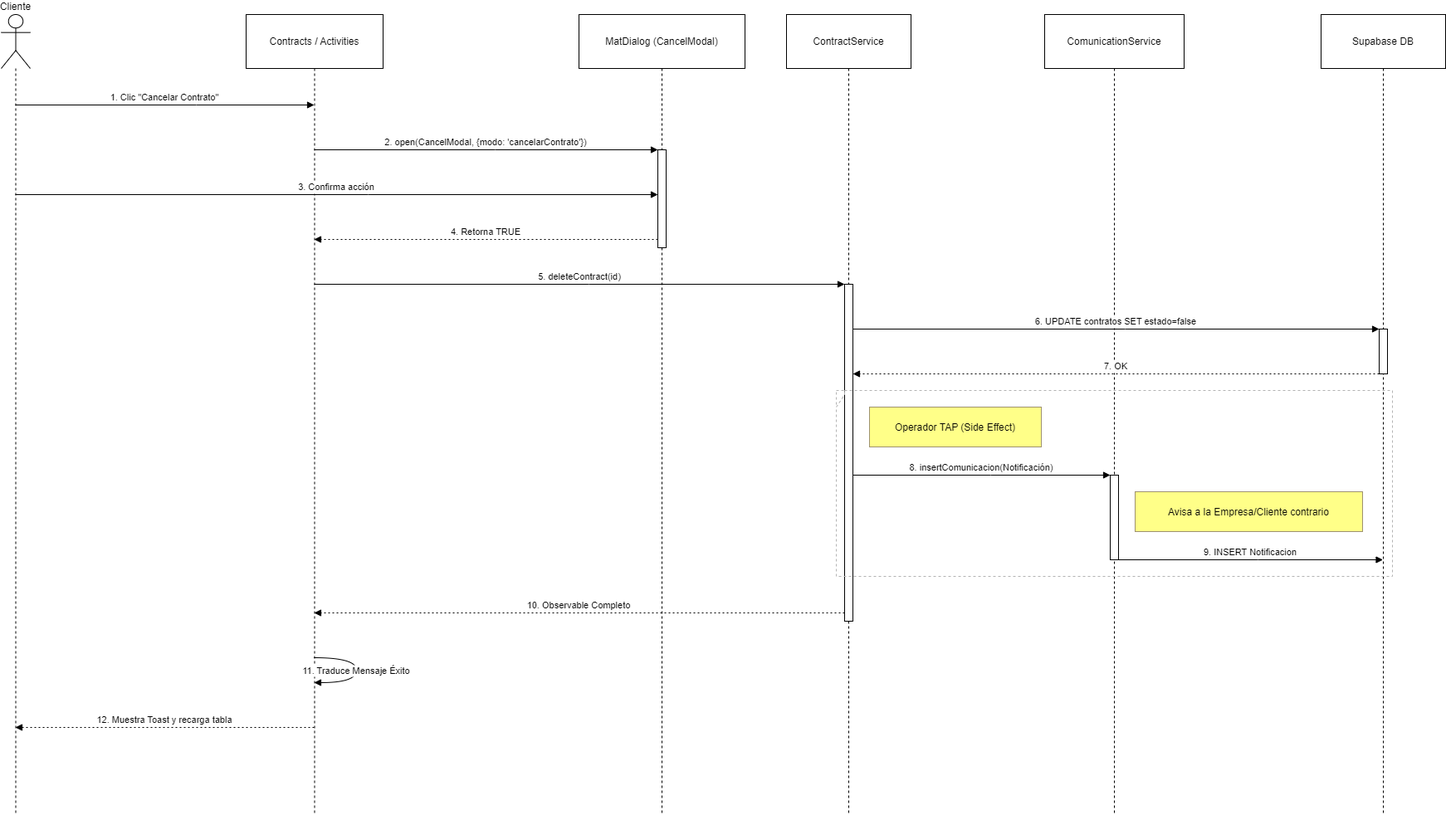
Before: docs/diagramas/secuencias/cancelar_contrato.drawio.png, a diagram exported from draw.io (egilp04/TFG_Cuidados). Source tidied: cells renumbered, new cells last; positions are measured from the earlier drawing's top-left corner, leaving out a move shared by most shapes. Source of this version:
```xml
<mxGraphModel>
  <root>
    <mxCell id="0" />
    <mxCell id="1" parent="0" />
    <mxCell id="2" value="Cliente" style="shape=umlLifeline;perimeter=lifelinePerimeter;whiteSpace=wrap;outlineConnect=0;portConstraint=eastwest;newEdgeStyle={&quot;edgeStyle&quot;:&quot;elbowEdgeStyle&quot;,&quot;elbow&quot;:&quot;vertical&quot;,&quot;curved&quot;:0,&quot;rounded&quot;:0};participant=umlActor;verticalAlign=bottom;labelPosition=center;verticalLabelPosition=top;align=center;size=65;" parent="1" vertex="1">
      <mxGeometry width="35" height="964" as="geometry" />
    </mxCell>
    <mxCell id="3" value="Contracts / Activities" style="shape=umlLifeline;perimeter=lifelinePerimeter;whiteSpace=wrap;outlineConnect=0;portConstraint=eastwest;newEdgeStyle={&quot;edgeStyle&quot;:&quot;elbowEdgeStyle&quot;,&quot;elbow&quot;:&quot;vertical&quot;,&quot;curved&quot;:0,&quot;rounded&quot;:0};size=65;" parent="1" vertex="1">
      <mxGeometry x="295" width="165" height="964" as="geometry" />
    </mxCell>
    <mxCell id="4" value="MatDialog (CancelModal)" style="shape=umlLifeline;perimeter=lifelinePerimeter;whiteSpace=wrap;newEdgeStyle={&quot;edgeStyle&quot;:&quot;elbowEdgeStyle&quot;,&quot;elbow&quot;:&quot;vertical&quot;,&quot;curved&quot;:0,&quot;rounded&quot;:0};size=65;" parent="1" vertex="1">
      <mxGeometry x="696" width="200" height="964" as="geometry" />
    </mxCell>
    <mxCell id="5" style="points=[];perimeter=orthogonalPerimeter;outlineConnect=0;targetShapes=umlLifeline;portConstraint=eastwest;newEdgeStyle={&quot;edgeStyle&quot;:&quot;elbowEdgeStyle&quot;,&quot;elbow&quot;:&quot;vertical&quot;,&quot;curved&quot;:0,&quot;rounded&quot;:0};" parent="4" vertex="1">
      <mxGeometry x="95" y="163" width="10" height="118" as="geometry" />
    </mxCell>
    <mxCell id="6" value="ContractService" style="shape=umlLifeline;perimeter=lifelinePerimeter;whiteSpace=wrap;newEdgeStyle={&quot;edgeStyle&quot;:&quot;elbowEdgeStyle&quot;,&quot;elbow&quot;:&quot;vertical&quot;,&quot;curved&quot;:0,&quot;rounded&quot;:0};size=65;" parent="1" vertex="1">
      <mxGeometry x="946" width="150" height="964" as="geometry" />
    </mxCell>
    <mxCell id="7" style="points=[];perimeter=orthogonalPerimeter;outlineConnect=0;targetShapes=umlLifeline;portConstraint=eastwest;newEdgeStyle={&quot;edgeStyle&quot;:&quot;elbowEdgeStyle&quot;,&quot;elbow&quot;:&quot;vertical&quot;,&quot;curved&quot;:0,&quot;rounded&quot;:0};" parent="6" vertex="1">
      <mxGeometry x="70" y="325" width="10" height="406" as="geometry" />
    </mxCell>
    <mxCell id="8" value="ComunicationService" style="shape=umlLifeline;perimeter=lifelinePerimeter;whiteSpace=wrap;newEdgeStyle={&quot;edgeStyle&quot;:&quot;elbowEdgeStyle&quot;,&quot;elbow&quot;:&quot;vertical&quot;,&quot;curved&quot;:0,&quot;rounded&quot;:0};size=65;" parent="1" vertex="1">
      <mxGeometry x="1257" width="168" height="964" as="geometry" />
    </mxCell>
    <mxCell id="9" style="points=[];perimeter=orthogonalPerimeter;outlineConnect=0;targetShapes=umlLifeline;portConstraint=eastwest;newEdgeStyle={&quot;edgeStyle&quot;:&quot;elbowEdgeStyle&quot;,&quot;elbow&quot;:&quot;vertical&quot;,&quot;curved&quot;:0,&quot;rounded&quot;:0};" parent="8" vertex="1">
      <mxGeometry x="79" y="555" width="10" height="102" as="geometry" />
    </mxCell>
    <mxCell id="10" value="Supabase DB" style="shape=umlLifeline;perimeter=lifelinePerimeter;whiteSpace=wrap;outlineConnect=0;portConstraint=eastwest;newEdgeStyle={&quot;edgeStyle&quot;:&quot;elbowEdgeStyle&quot;,&quot;elbow&quot;:&quot;vertical&quot;,&quot;curved&quot;:0,&quot;rounded&quot;:0};size=65;" parent="1" vertex="1">
      <mxGeometry x="1590" width="150" height="964" as="geometry" />
    </mxCell>
    <mxCell id="11" style="points=[];perimeter=orthogonalPerimeter;outlineConnect=0;targetShapes=umlLifeline;portConstraint=eastwest;newEdgeStyle={&quot;edgeStyle&quot;:&quot;elbowEdgeStyle&quot;,&quot;elbow&quot;:&quot;vertical&quot;,&quot;curved&quot;:0,&quot;rounded&quot;:0};" parent="10" vertex="1">
      <mxGeometry x="70" y="379" width="10" height="54" as="geometry" />
    </mxCell>
    <mxCell id="12" style="shape=umlFrame;dashed=1;strokeColor=#B3B3B3;height=20;width=0;" parent="1" vertex="1">
      <mxGeometry x="1006" y="453" width="670" height="224" as="geometry" />
    </mxCell>
    <mxCell id="13" style="text;strokeColor=none;fillColor=none;align=center;verticalAlign=middle;whiteSpace=wrap;" parent="12" vertex="1">
      <mxGeometry width="670" height="20" as="geometry" />
    </mxCell>
    <mxCell id="14" value="1. Clic &quot;Cancelar Contrato&quot;" style="verticalAlign=bottom;edgeStyle=elbowEdgeStyle;elbow=vertical;curved=0;rounded=0;endArrow=block;" parent="1" edge="1" source="2" target="3">
      <mxGeometry relative="1" as="geometry">
        <Array as="points">
          <mxPoint x="235" y="109" />
        </Array>
      </mxGeometry>
    </mxCell>
    <mxCell id="15" value="2. open(CancelModal, {modo: 'cancelarContrato'})" style="verticalAlign=bottom;edgeStyle=elbowEdgeStyle;elbow=vertical;curved=0;rounded=0;endArrow=block;" parent="1" edge="1" source="3" target="5">
      <mxGeometry relative="1" as="geometry">
        <Array as="points">
          <mxPoint x="595" y="163" />
        </Array>
      </mxGeometry>
    </mxCell>
    <mxCell id="16" value="3. Confirma acción" style="verticalAlign=bottom;edgeStyle=elbowEdgeStyle;elbow=vertical;curved=0;rounded=0;endArrow=block;" parent="1" edge="1" source="2" target="5">
      <mxGeometry relative="1" as="geometry">
        <Array as="points">
          <mxPoint x="442" y="217" />
        </Array>
      </mxGeometry>
    </mxCell>
    <mxCell id="17" value="4. Retorna TRUE" style="verticalAlign=bottom;edgeStyle=elbowEdgeStyle;elbow=vertical;curved=0;rounded=0;dashed=1;dashPattern=2 3;endArrow=block;" parent="1" edge="1" source="5" target="3">
      <mxGeometry relative="1" as="geometry">
        <Array as="points">
          <mxPoint x="596" y="271" />
        </Array>
      </mxGeometry>
    </mxCell>
    <mxCell id="18" value="5. deleteContract(id)" style="verticalAlign=bottom;edgeStyle=elbowEdgeStyle;elbow=vertical;curved=0;rounded=0;endArrow=block;" parent="1" edge="1" source="3" target="7">
      <mxGeometry relative="1" as="geometry">
        <Array as="points">
          <mxPoint x="708" y="325" />
        </Array>
      </mxGeometry>
    </mxCell>
    <mxCell id="19" value="6. UPDATE contratos SET estado=false" style="verticalAlign=bottom;edgeStyle=elbowEdgeStyle;elbow=vertical;curved=0;rounded=0;endArrow=block;" parent="1" edge="1" source="7" target="11">
      <mxGeometry relative="1" as="geometry">
        <Array as="points">
          <mxPoint x="1354" y="379" />
        </Array>
      </mxGeometry>
    </mxCell>
    <mxCell id="20" value="7. OK" style="verticalAlign=bottom;edgeStyle=elbowEdgeStyle;elbow=vertical;curved=0;rounded=0;dashed=1;dashPattern=2 3;endArrow=block;" parent="1" edge="1" source="11" target="7">
      <mxGeometry relative="1" as="geometry">
        <Array as="points">
          <mxPoint x="1355" y="433" />
        </Array>
      </mxGeometry>
    </mxCell>
    <mxCell id="21" value="8. insertComunicacion(Notificación)" style="verticalAlign=bottom;edgeStyle=elbowEdgeStyle;elbow=vertical;curved=0;rounded=0;endArrow=block;" parent="1" edge="1" source="7" target="9">
      <mxGeometry relative="1" as="geometry">
        <Array as="points">
          <mxPoint x="1192" y="555" />
        </Array>
      </mxGeometry>
    </mxCell>
    <mxCell id="22" value="9. INSERT Notificacion" style="verticalAlign=bottom;edgeStyle=elbowEdgeStyle;elbow=vertical;curved=0;rounded=0;endArrow=block;" parent="1" edge="1" source="9" target="10">
      <mxGeometry relative="1" as="geometry">
        <Array as="points">
          <mxPoint x="1514" y="657" />
        </Array>
      </mxGeometry>
    </mxCell>
    <mxCell id="23" value="10. Observable Completo" style="verticalAlign=bottom;edgeStyle=elbowEdgeStyle;elbow=vertical;curved=0;rounded=0;dashed=1;dashPattern=2 3;endArrow=block;" parent="1" edge="1" source="7" target="3">
      <mxGeometry relative="1" as="geometry">
        <Array as="points">
          <mxPoint x="709" y="721" />
        </Array>
      </mxGeometry>
    </mxCell>
    <mxCell id="24" value="11. Traduce Mensaje Éxito" style="curved=1;endArrow=block;rounded=0;" parent="1" edge="1" source="3" target="3">
      <mxGeometry relative="1" as="geometry">
        <Array as="points">
          <mxPoint x="428" y="775" />
          <mxPoint x="428" y="805" />
        </Array>
      </mxGeometry>
    </mxCell>
    <mxCell id="25" value="12. Muestra Toast y recarga tabla" style="verticalAlign=bottom;edgeStyle=elbowEdgeStyle;elbow=vertical;curved=0;rounded=0;dashed=1;dashPattern=2 3;endArrow=block;" parent="1" edge="1" source="3" target="2">
      <mxGeometry relative="1" as="geometry">
        <Array as="points">
          <mxPoint x="238" y="859" />
        </Array>
      </mxGeometry>
    </mxCell>
    <mxCell id="26" value="Operador TAP (Side Effect)" style="fillColor=#ffff88;strokeColor=#9E916F;" parent="1" vertex="1">
      <mxGeometry x="1046" y="473" width="207" height="48" as="geometry" />
    </mxCell>
    <mxCell id="27" value="Avisa a la Empresa/Cliente contrario" style="fillColor=#ffff88;strokeColor=#9E916F;" parent="1" vertex="1">
      <mxGeometry x="1366" y="575" width="274" height="48" as="geometry" />
    </mxCell>
  </root>
</mxGraphModel>
```
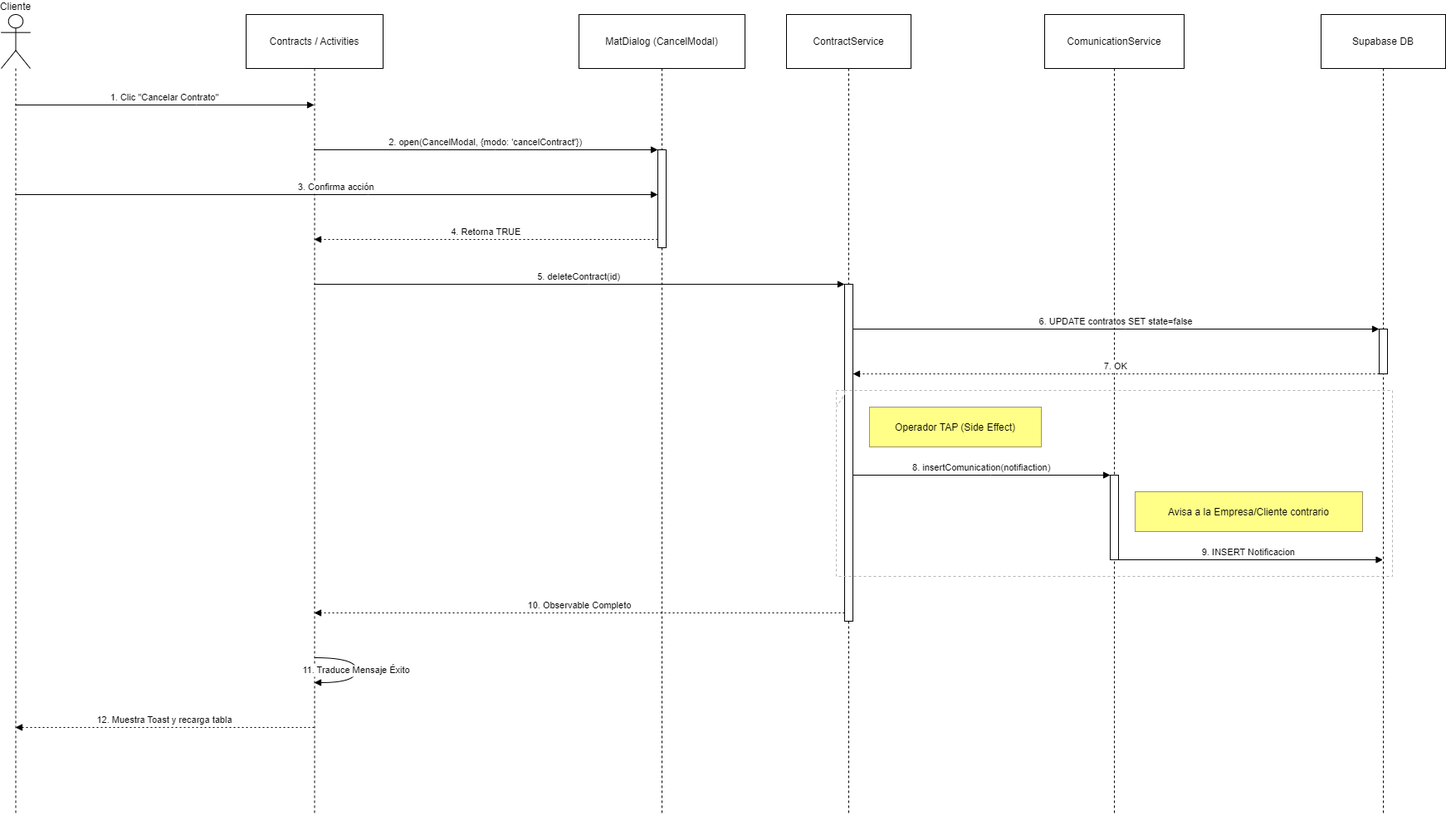
Above is the later version.

Change to the diagram source:
```diff
@@ -45,7 +45,7 @@
         </Array>
       </mxGeometry>
     </mxCell>
-    <mxCell id="15" value="2. open(CancelModal, {modo: 'cancelarContrato'})" style="verticalAlign=bottom;edgeStyle=elbowEdgeStyle;elbow=vertical;curved=0;rounded=0;endArrow=block;" parent="1" edge="1" source="3" target="5">
+    <mxCell id="15" value="2. open(CancelModal, {modo: 'cancelContract'})" style="verticalAlign=bottom;edgeStyle=elbowEdgeStyle;elbow=vertical;curved=0;rounded=0;endArrow=block;" parent="1" edge="1" source="3" target="5">
       <mxGeometry relative="1" as="geometry">
         <Array as="points">
           <mxPoint x="595" y="163" />
@@ -73,7 +73,7 @@
         </Array>
       </mxGeometry>
     </mxCell>
-    <mxCell id="19" value="6. UPDATE contratos SET estado=false" style="verticalAlign=bottom;edgeStyle=elbowEdgeStyle;elbow=vertical;curved=0;rounded=0;endArrow=block;" parent="1" edge="1" source="7" target="11">
+    <mxCell id="19" value="6. UPDATE contratos SET state=false" style="verticalAlign=bottom;edgeStyle=elbowEdgeStyle;elbow=vertical;curved=0;rounded=0;endArrow=block;" parent="1" edge="1" source="7" target="11">
       <mxGeometry relative="1" as="geometry">
         <Array as="points">
           <mxPoint x="1354" y="379" />
@@ -87,7 +87,7 @@
         </Array>
       </mxGeometry>
     </mxCell>
-    <mxCell id="21" value="8. insertComunicacion(Notificación)" style="verticalAlign=bottom;edgeStyle=elbowEdgeStyle;elbow=vertical;curved=0;rounded=0;endArrow=block;" parent="1" edge="1" source="7" target="9">
+    <mxCell id="21" value="8. insertComunication(notifiaction)" style="verticalAlign=bottom;edgeStyle=elbowEdgeStyle;elbow=vertical;curved=0;rounded=0;endArrow=block;" parent="1" edge="1" source="7" target="9">
       <mxGeometry relative="1" as="geometry">
         <Array as="points">
           <mxPoint x="1192" y="555" />
```
